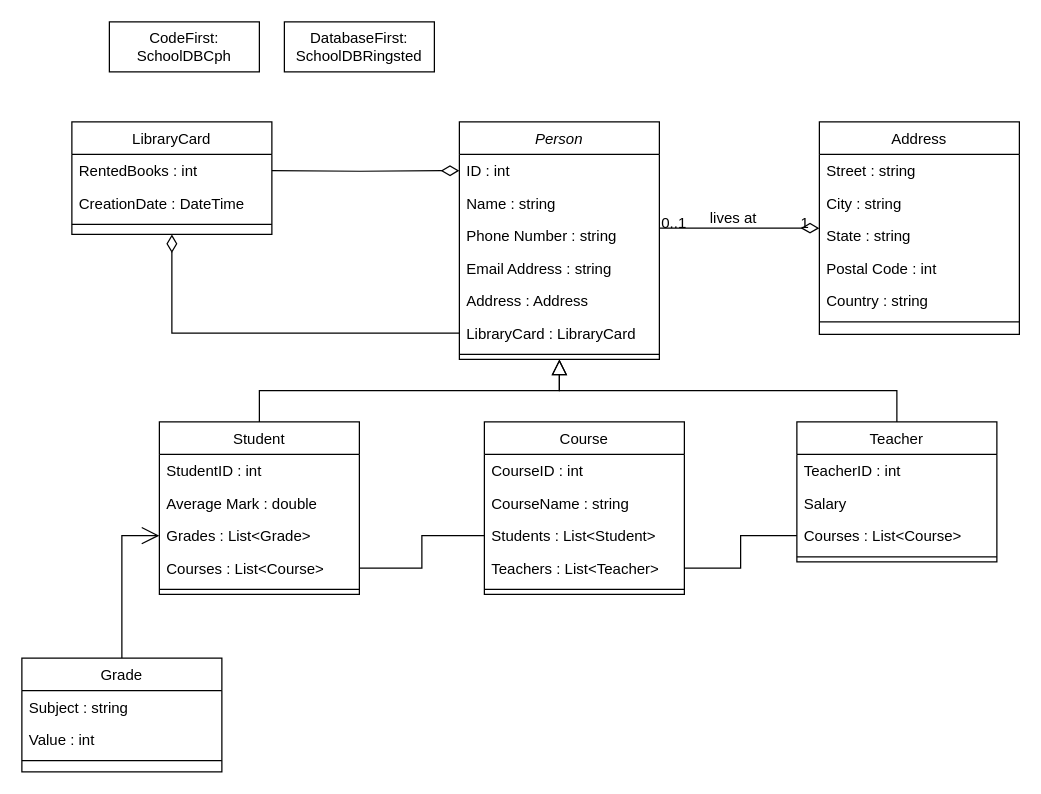
Above: ClassDiagram.drawio in Kevin-Borup/H3Database (draw.io), before the change. Source tidied: cells renumbered, new cells numbered last; positions are measured from the earlier drawing's top-left corner, leaving out a move shared by most shapes. Both pictures are drawn from the tidied source at 125%, with x=0, y=0 at pixel (21, 21).
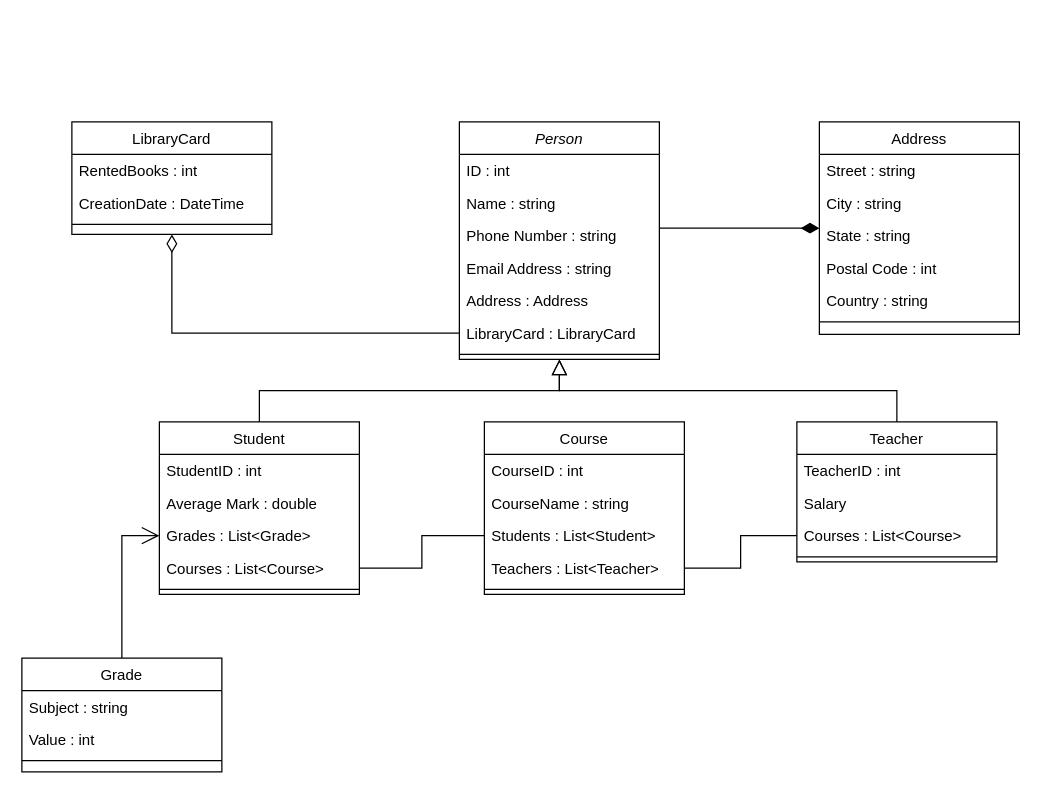
The same diagram, later.

Unchanged cells that the change refers to:
```xml
<mxCell id="2" value="Person" style="swimlane;fontStyle=2;align=center;verticalAlign=top;horizontal=1;startSize=26;rounded=0;shadow=0;strokeWidth=1;" parent="1" vertex="1">
  <mxGeometry x="350" y="80" width="160" height="190" as="geometry" />
</mxCell>
<mxCell id="3" value="ID : int" style="text;align=left;verticalAlign=top;spacingLeft=4;spacingRight=4;overflow=hidden;points=[[0,0.5],[1,0.5]];portConstraint=eastwest;" parent="2" vertex="1">
  <mxGeometry y="26" width="160" height="26" as="geometry" />
</mxCell>
<mxCell id="23" value="Address" style="swimlane;fontStyle=0;align=center;verticalAlign=top;horizontal=1;startSize=26;rounded=0;shadow=0;strokeWidth=1;" parent="1" vertex="1">
  <mxGeometry x="638" y="80" width="160" height="170" as="geometry" />
</mxCell>
```

The edit, as a diff of the source:
```diff
@@
-    <mxCell id="30" style="endArrow=diamondThin;shadow=0;strokeWidth=1;rounded=0;endFill=0;edgeStyle=elbowEdgeStyle;elbow=vertical;startSize=6;endSize=12;" parent="1" edge="1" source="2" target="23">
+    <mxCell id="30" style="endArrow=diamondThin;shadow=0;strokeWidth=1;rounded=0;endFill=1;edgeStyle=elbowEdgeStyle;elbow=vertical;startSize=6;endSize=12;startArrow=none;startFill=0;" parent="1" edge="1" source="2" target="23">
       <mxGeometry x="0.5" y="41" relative="1" as="geometry">
         <mxPoint x="-40" y="32" as="offset" />
       </mxGeometry>
     </mxCell>
-    <mxCell id="31" value="0..1" style="align=left;verticalAlign=bottom;labelBackgroundColor=none;fontSize=12;" parent="30" vertex="1">
-      <mxGeometry x="-1" relative="1" as="geometry">
-        <mxPoint y="4" as="offset" />
-      </mxGeometry>
-    </mxCell>
-    <mxCell id="32" value="1" style="align=right;verticalAlign=bottom;labelBackgroundColor=none;fontSize=12;" parent="30" vertex="1">
-      <mxGeometry x="1" relative="1" as="geometry">
-        <mxPoint x="-7" y="4" as="offset" />
-      </mxGeometry>
-    </mxCell>
-    <mxCell id="33" value="lives at" style="text;html=1;align=center;verticalAlign=middle;labelBackgroundColor=none;rounded=0;shadow=0;strokeWidth=1;fontSize=12;" parent="30" vertex="1">
-      <mxGeometry x="0.5" y="49" relative="1" as="geometry">
-        <mxPoint x="-38" y="40" as="offset" />
-      </mxGeometry>
-    </mxCell>
@@
-    <mxCell id="52" style="edgeStyle=orthogonalEdgeStyle;rounded=0;jettySize=auto;html=1;endArrow=diamondThin;endFill=0;startSize=6;endSize=12;" parent="1" edge="1" target="3">
-      <mxGeometry relative="1" as="geometry">
-        <mxPoint x="200" y="119" as="sourcePoint" />
-      </mxGeometry>
-    </mxCell>
-    <mxCell id="53" value="CodeFirst: SchoolDBCph" style="rounded=0;whiteSpace=wrap;html=1;" parent="1" vertex="1">
-      <mxGeometry x="70" width="120" height="40" as="geometry" />
-    </mxCell>
-    <mxCell id="54" value="DatabaseFirst: SchoolDBRingsted" style="rounded=0;whiteSpace=wrap;html=1;" parent="1" vertex="1">
-      <mxGeometry x="210" width="120" height="40" as="geometry" />
-    </mxCell>
```
